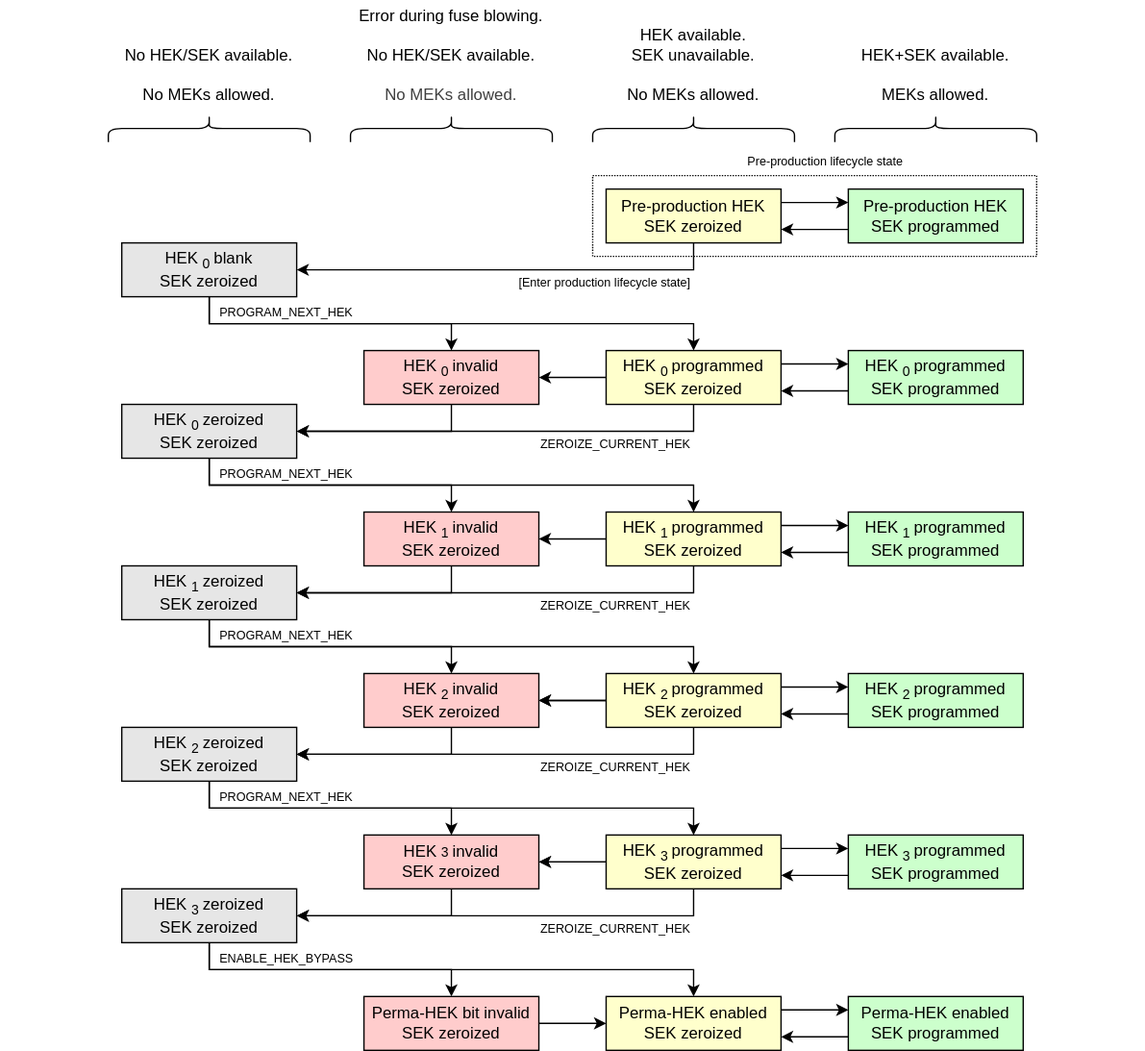
chipsalliance/Caliptra keeps this draw.io diagram as doc/ocp_lock/diagrams/hek_sek_rotation.drawio.svg. Above is the earlier version. Source tidied: cells renumbered, new cells last; positions are measured from the earlier drawing's top-left corner, leaving out a move shared by most shapes.
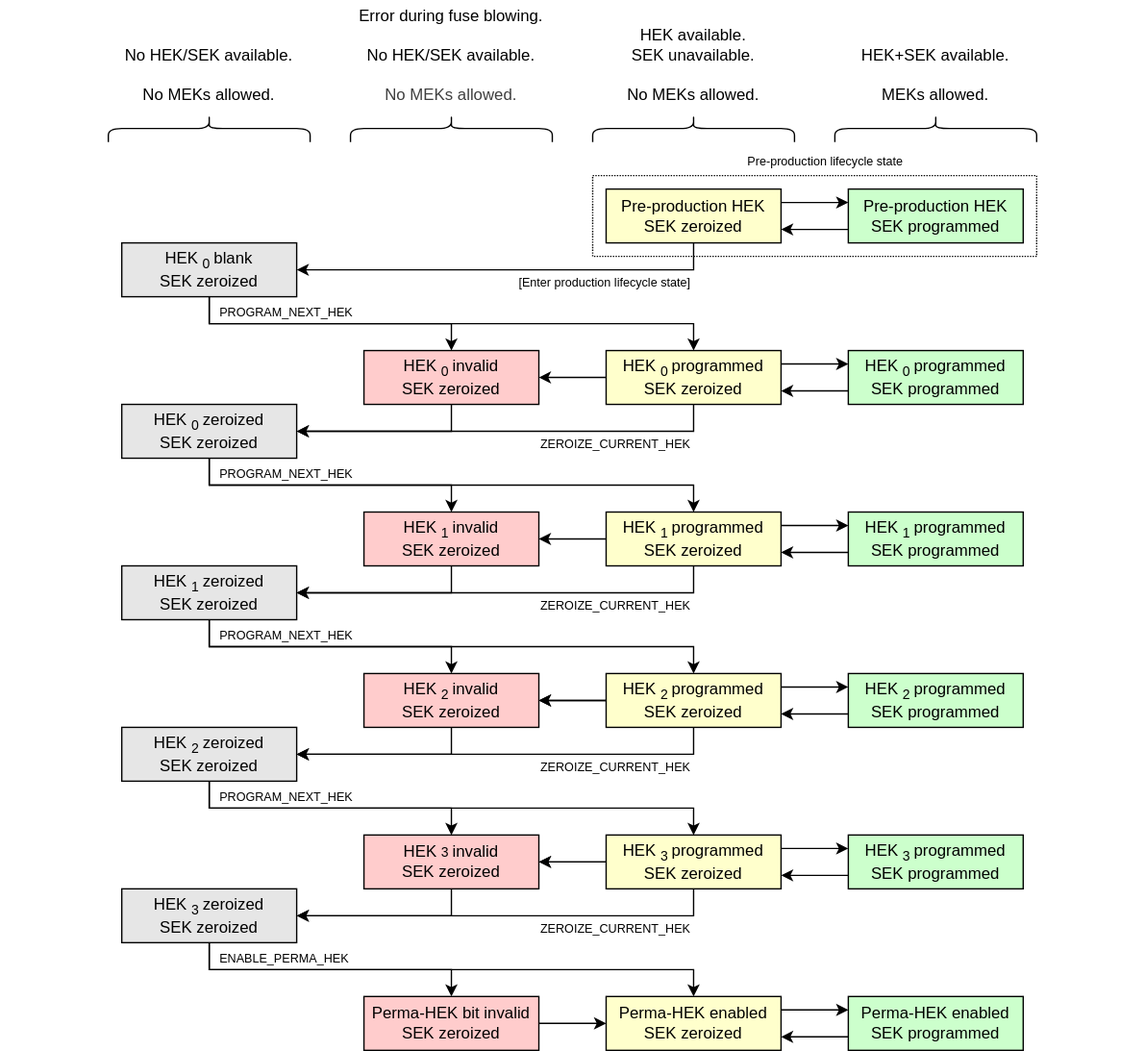
After the commit.

Commit message:
s/ENABLE_HEK_BYPASS/ENABLE_PERMA_HEK/ (#515)

This was an errant rename that was never supposed to be merged.

What changed in the source:
```diff
@@ -243,7 +243,7 @@
     <mxCell id="70" value="PROGRAM_NEXT_HEK" style="rounded=0;whiteSpace=wrap;html=1;fillColor=none;dashed=1;strokeColor=none;horizontal=1;verticalAlign=middle;dashPattern=1 2;spacingBottom=0;fontSize=9;align=left;spacingLeft=6;" parent="1" vertex="1">
       <mxGeometry x="155" y="582" width="130" height="20" as="geometry" />
     </mxCell>
-    <mxCell id="71" value="ENABLE_HEK_BYPASS" style="rounded=0;whiteSpace=wrap;html=1;fillColor=none;dashed=1;strokeColor=none;horizontal=1;verticalAlign=middle;dashPattern=1 2;spacingBottom=0;fontSize=9;align=left;spacingLeft=6;" parent="1" vertex="1">
+    <mxCell id="71" value="ENABLE_PERMA_HEK" style="rounded=0;whiteSpace=wrap;html=1;fillColor=none;dashed=1;strokeColor=none;horizontal=1;verticalAlign=middle;dashPattern=1 2;spacingBottom=0;fontSize=9;align=left;spacingLeft=6;" parent="1" vertex="1">
       <mxGeometry x="155" y="702" width="150" height="20" as="geometry" />
     </mxCell>
     <mxCell id="72" value="ZEROIZE_CURRENT_HEK" style="rounded=0;whiteSpace=wrap;html=1;fillColor=none;dashed=1;strokeColor=none;horizontal=1;verticalAlign=middle;dashPattern=1 2;spacingBottom=0;fontSize=9;align=right;" parent="1" vertex="1">
```
